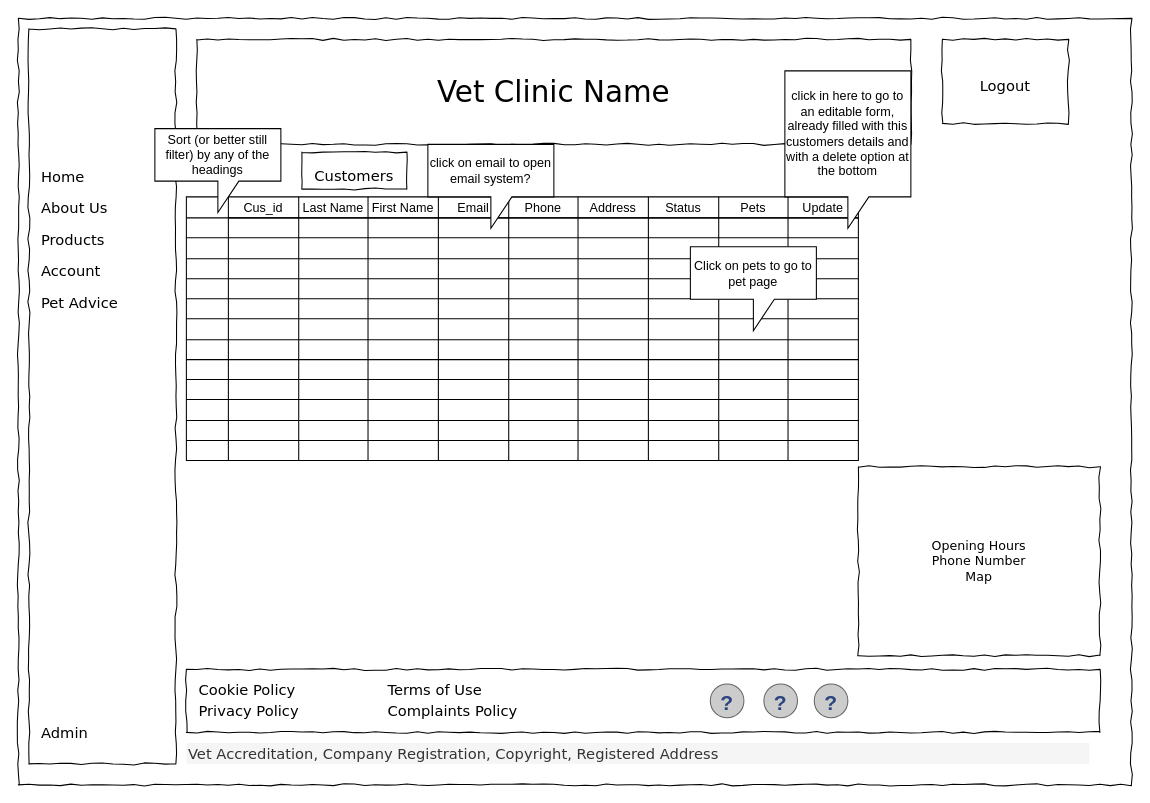
Before: Wireframes/wireframe-admin-customer.drawio in azzywazzy/sky-git-team2, a draw.io diagram. Source tidied: cells renumbered, new cells numbered last; positions are measured from the earlier drawing's top-left corner, leaving out a move shared by most shapes. Both pictures are drawn from the tidied source at 105%, with x=0, y=0 at pixel (18, 18).
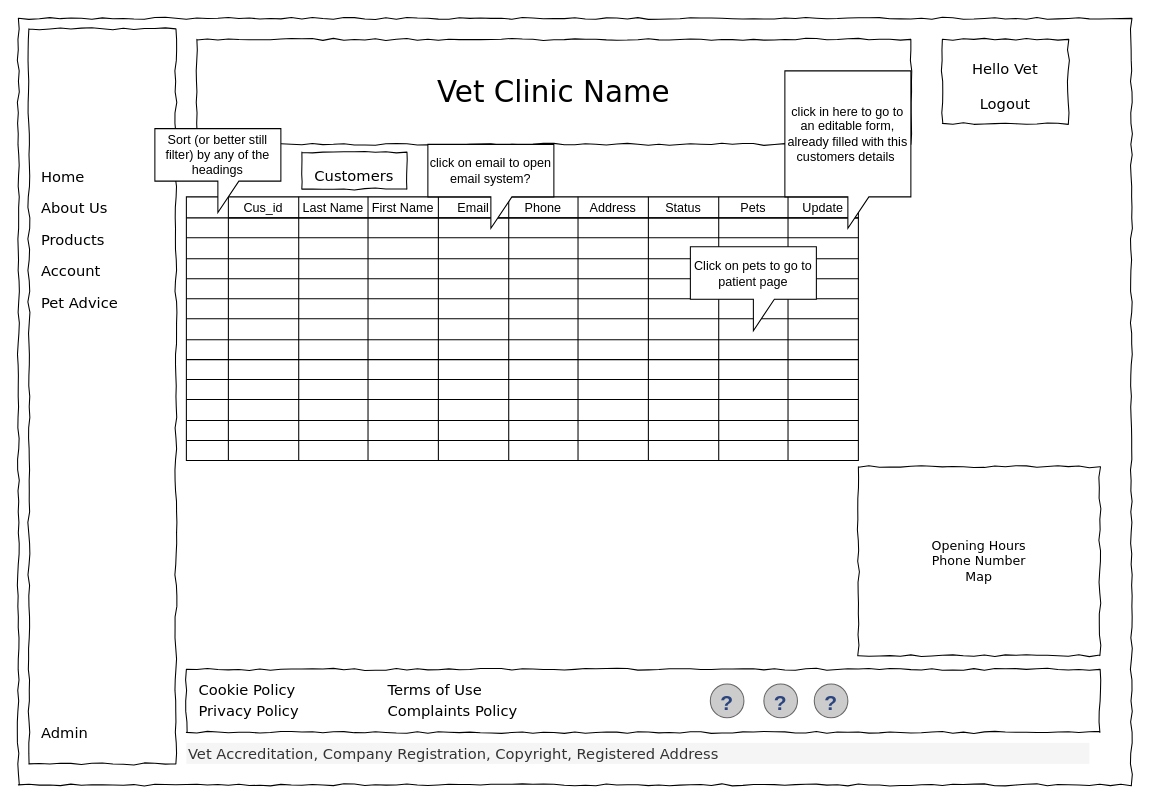
After the change.

The change refers to these unchanged cells:
```xml
<mxCell id="51" style="swimlane;swimlaneHead=0;swimlaneBody=0;fontStyle=0;strokeColor=inherit;fillColor=none;startSize=0;" parent="43" vertex="1">
  <mxGeometry x="507" width="66" height="20" as="geometry" />
</mxCell>
```

Diff of the diagram source:
```diff
@@
-    <mxCell id="15" value="&lt;div align=&quot;center&quot;&gt;&lt;font style=&quot;font-size: 14px;&quot;&gt;Logout&lt;/font&gt;&lt;/div&gt;" style="whiteSpace=wrap;html=1;rounded=0;shadow=0;labelBackgroundColor=none;strokeWidth=1;fontFamily=Verdana;fontSize=28;align=center;comic=1;" parent="1" vertex="1">
+    <mxCell id="15" value="&lt;div align=&quot;center&quot;&gt;&lt;font style=&quot;font-size: 14px;&quot;&gt;Hello Vet&lt;/font&gt;&lt;/div&gt;&lt;div align=&quot;center&quot;&gt;&lt;font style=&quot;font-size: 14px;&quot;&gt;Logout&lt;/font&gt;&lt;/div&gt;" style="whiteSpace=wrap;html=1;rounded=0;shadow=0;labelBackgroundColor=none;strokeWidth=1;fontFamily=Verdana;fontSize=28;align=center;comic=1;" parent="1" vertex="1">
       <mxGeometry x="880" y="20" width="120" height="80" as="geometry" />
     </mxCell>
@@
-    <mxCell id="52" value="Click on pets to go to pet page" style="shape=callout;whiteSpace=wrap;html=1;perimeter=calloutPerimeter;" parent="51" vertex="1">
+    <mxCell id="52" value="Click on pets to go to patient page" style="shape=callout;whiteSpace=wrap;html=1;perimeter=calloutPerimeter;" parent="51" vertex="1">
       <mxGeometry x="-27" y="8.5" width="120" height="80" as="geometry" />
     </mxCell>
@@
-    <mxCell id="154" value="click in here to go to an editable form, already filled with this customers details and with a delete option at the bottom" style="shape=callout;whiteSpace=wrap;html=1;perimeter=calloutPerimeter;" parent="1" vertex="1">
+    <mxCell id="154" value="click in here to go to an editable form, already filled with this customers details&amp;nbsp;" style="shape=callout;whiteSpace=wrap;html=1;perimeter=calloutPerimeter;" parent="1" vertex="1">
       <mxGeometry x="730" y="50" width="120" height="150" as="geometry" />
     </mxCell>
```
